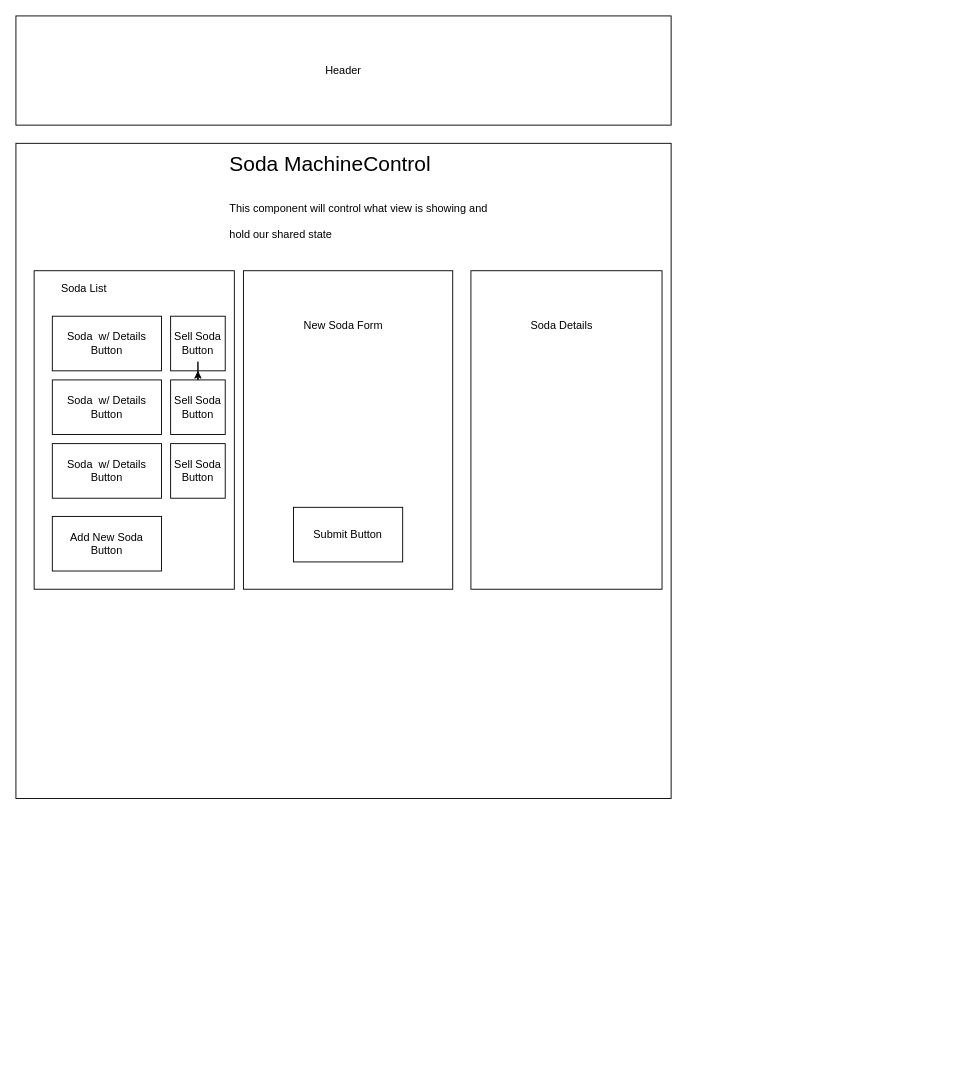
The draw.io diagram ReactJs.TheBubbleRoom.drawio in FaisalRana/ReactJs.TheBubbleRoom, before the edit. Source tidied: cells renumbered, new cells numbered last; positions are measured from the earlier drawing's top-left corner, leaving out a move shared by most shapes. Both pictures are drawn from the tidied source at 91%, with x=0, y=0 at pixel (15, 15).
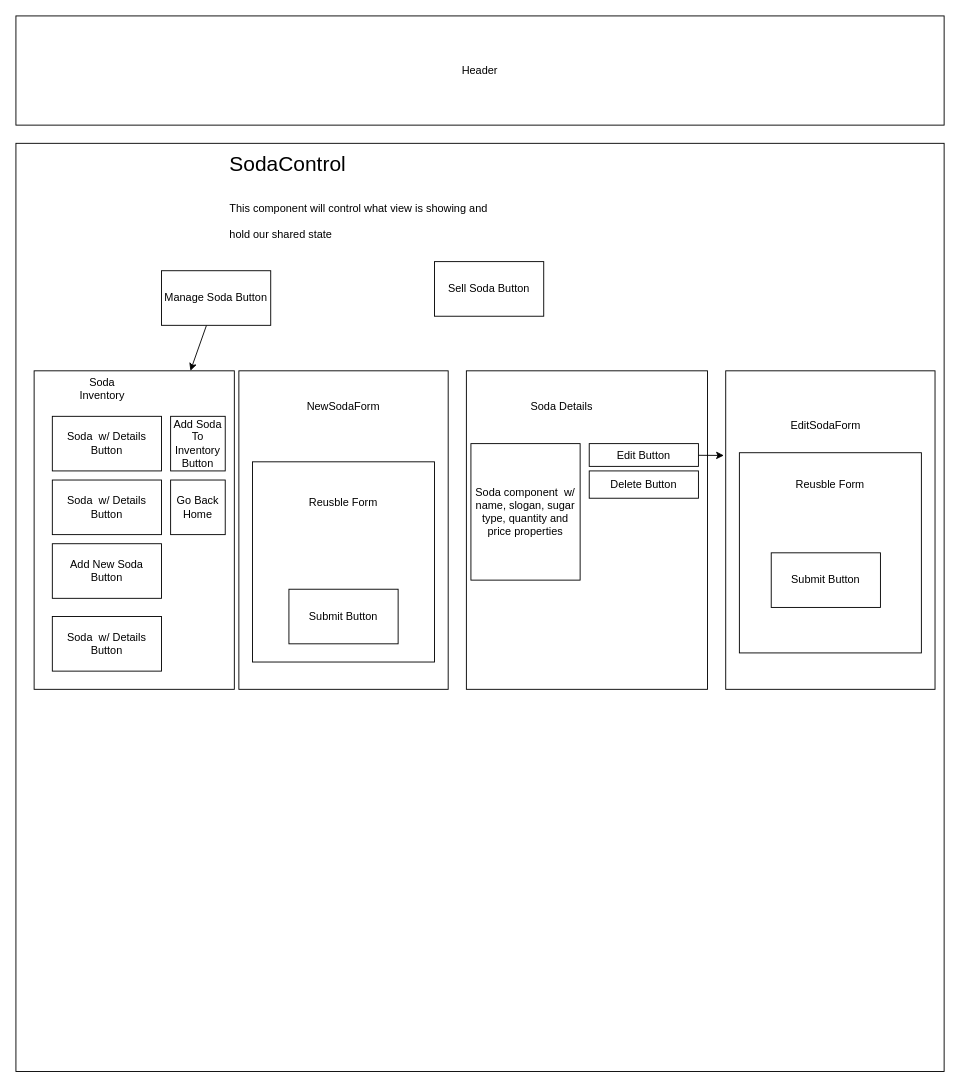
After the change.

Change to the diagram source:
```diff
@@
     <mxCell id="2" value="Header&lt;br&gt;" style="rounded=0;whiteSpace=wrap;html=1;" parent="1" vertex="1">
-      <mxGeometry width="720" height="120" as="geometry" />
+      <mxGeometry width="1020" height="120" as="geometry" />
     </mxCell>
     <mxCell id="3" style="whiteSpace=wrap;html=1;align=left;" parent="1" vertex="1">
-      <mxGeometry y="140" width="720" height="720" as="geometry" />
+      <mxGeometry y="140" width="1020" height="1020" as="geometry" />
     </mxCell>
     <mxCell id="4" style="rounded=0;whiteSpace=wrap;html=1;" parent="1" vertex="1">
-      <mxGeometry x="20" y="280" width="220" height="350" as="geometry" />
+      <mxGeometry x="20" y="390" width="220" height="350" as="geometry" />
     </mxCell>
-    <mxCell id="5" value="Soda List&lt;br&gt;" style="text;html=1;strokeColor=none;fillColor=none;align=center;verticalAlign=middle;whiteSpace=wrap;rounded=0;" parent="1" vertex="1">
-      <mxGeometry x="40" y="290" width="70" height="20" as="geometry" />
+    <mxCell id="5" value="Soda Inventory&lt;br&gt;" style="text;html=1;strokeColor=none;fillColor=none;align=center;verticalAlign=middle;whiteSpace=wrap;rounded=0;" parent="1" vertex="1">
+      <mxGeometry x="60" y="400" width="70" height="20" as="geometry" />
     </mxCell>
     <mxCell id="6" value="Soda &amp;nbsp;w/ Details Button" style="rounded=0;whiteSpace=wrap;html=1;" parent="1" vertex="1">
-      <mxGeometry x="40" y="330" width="120" height="60" as="geometry" />
+      <mxGeometry x="40" y="660" width="120" height="60" as="geometry" />
     </mxCell>
     <mxCell id="7" value="Soda &amp;nbsp;w/ Details Button" style="rounded=0;whiteSpace=wrap;html=1;" parent="1" vertex="1">
-      <mxGeometry x="40" y="400" width="120" height="60" as="geometry" />
+      <mxGeometry x="40" y="440" width="120" height="60" as="geometry" />
     </mxCell>
     <mxCell id="8" value="Soda &amp;nbsp;w/ Details Button" style="rounded=0;whiteSpace=wrap;html=1;" parent="1" vertex="1">
-      <mxGeometry x="40" y="470" width="120" height="60" as="geometry" />
+      <mxGeometry x="40" y="510" width="120" height="60" as="geometry" />
     </mxCell>
     <mxCell id="9" value="Add New Soda Button&lt;br&gt;" style="rounded=0;whiteSpace=wrap;html=1;" parent="1" vertex="1">
-      <mxGeometry x="40" y="550" width="120" height="60" as="geometry" />
+      <mxGeometry x="40" y="580" width="120" height="60" as="geometry" />
     </mxCell>
-    <mxCell id="10" style="rounded=0;whiteSpace=wrap;html=1;" parent="1" vertex="1">
-      <mxGeometry x="250" y="280" width="230" height="350" as="geometry" />
+    <mxCell id="10" style="rounded=0;whiteSpace=wrap;html=1;shadow=0;" parent="1" vertex="1">
+      <mxGeometry x="245" y="390" width="230" height="350" as="geometry" />
     </mxCell>
-    <mxCell id="11" value="New Soda Form&lt;br&gt;" style="text;html=1;strokeColor=none;fillColor=none;align=center;verticalAlign=middle;whiteSpace=wrap;rounded=0;" parent="1" vertex="1">
-      <mxGeometry x="300" y="300" width="120" height="80" as="geometry" />
+    <mxCell id="11" value="NewSodaForm" style="text;html=1;strokeColor=none;fillColor=none;align=center;verticalAlign=middle;whiteSpace=wrap;rounded=0;" parent="1" vertex="1">
+      <mxGeometry x="300" y="390" width="120" height="80" as="geometry" />
     </mxCell>
     <mxCell id="12" style="rounded=0;whiteSpace=wrap;html=1;" parent="1" vertex="1">
-      <mxGeometry x="500" y="280" width="210" height="350" as="geometry" />
+      <mxGeometry x="495" y="390" width="265" height="350" as="geometry" />
     </mxCell>
     <mxCell id="13" value="Soda Details&lt;br&gt;" style="text;html=1;strokeColor=none;fillColor=none;align=center;verticalAlign=middle;whiteSpace=wrap;rounded=0;" parent="1" vertex="1">
-      <mxGeometry x="520" y="310" width="160" height="60" as="geometry" />
+      <mxGeometry x="520" y="400" width="160" height="60" as="geometry" />
     </mxCell>
-    <mxCell id="14" value="Submit Button&lt;br&gt;" style="rounded=0;whiteSpace=wrap;html=1;" parent="1" vertex="1">
-      <mxGeometry x="305" y="540" width="120" height="60" as="geometry" />
+    <mxCell id="14" style="rounded=0;whiteSpace=wrap;html=1;align=center;" parent="1" vertex="1">
+      <mxGeometry x="260" y="490" width="200" height="220" as="geometry" />
     </mxCell>
-    <mxCell id="15" value="&lt;span style=&quot;font-size: 23px ; text-align: center&quot;&gt;Soda MachineControl&lt;/span&gt;&lt;h1&gt;&lt;span style=&quot;font-size: 12px ; font-weight: normal&quot;&gt;This component will control what view is showing and hold our shared state&lt;/span&gt;&lt;br&gt;&lt;/h1&gt;&lt;div&gt;&lt;span style=&quot;font-size: 12px ; font-weight: normal&quot;&gt;&lt;br&gt;&lt;/span&gt;&lt;/div&gt;" style="text;html=1;strokeColor=none;fillColor=none;spacing=5;spacingTop=-20;whiteSpace=wrap;overflow=hidden;rounded=0;" parent="1" vertex="1">
+    <mxCell id="15" value="&lt;span style=&quot;font-size: 23px ; text-align: center&quot;&gt;SodaControl&lt;/span&gt;&lt;h1&gt;&lt;span style=&quot;font-size: 12px ; font-weight: normal&quot;&gt;This component will control what view is showing and hold our shared state&lt;/span&gt;&lt;br&gt;&lt;/h1&gt;&lt;div&gt;&lt;span style=&quot;font-size: 12px ; font-weight: normal&quot;&gt;&lt;br&gt;&lt;/span&gt;&lt;/div&gt;" style="text;html=1;strokeColor=none;fillColor=none;spacing=5;spacingTop=-20;whiteSpace=wrap;overflow=hidden;rounded=0;" parent="1" vertex="1">
       <mxGeometry x="230" y="160" width="300" height="100" as="geometry" />
     </mxCell>
-    <mxCell id="16" value="Sell Soda Button&lt;br&gt;" style="rounded=0;whiteSpace=wrap;html=1;" parent="1" vertex="1">
-      <mxGeometry x="170" y="330" width="60" height="60" as="geometry" />
-    </mxCell>
-    <mxCell id="17" style="edgeStyle=orthogonalEdgeStyle;rounded=0;jettySize=auto;html=1;" parent="1" edge="1" source="18" target="16">
-      <mxGeometry relative="1" as="geometry" />
-    </mxCell>
-    <mxCell id="18" value="Sell Soda Button&lt;br&gt;" style="rounded=0;whiteSpace=wrap;html=1;" parent="1" vertex="1">
-      <mxGeometry x="170" y="400" width="60" height="60" as="geometry" />
+    <mxCell id="18" value="Go Back Home" style="rounded=0;whiteSpace=wrap;html=1;" parent="1" vertex="1">
+      <mxGeometry x="170" y="510" width="60" height="60" as="geometry" />
     </mxCell>
-    <mxCell id="19" value="Sell Soda Button&lt;br&gt;" style="rounded=0;whiteSpace=wrap;html=1;" parent="1" vertex="1">
-      <mxGeometry x="170" y="470" width="60" height="60" as="geometry" />
+    <mxCell id="19" value="Add Soda To Inventory&lt;br&gt;Button" style="rounded=0;whiteSpace=wrap;html=1;" parent="1" vertex="1">
+      <mxGeometry x="170" y="440" width="60" height="60" as="geometry" />
     </mxCell>
+    <mxCell id="20" style="edgeStyle=none;rounded=0;jettySize=auto;html=1;" parent="1" edge="1" source="21" target="4">
+      <mxGeometry relative="1" as="geometry" />
+    </mxCell>
+    <mxCell id="21" value="Manage Soda Button" style="rounded=0;whiteSpace=wrap;html=1;" parent="1" vertex="1">
+      <mxGeometry x="160" y="280" width="120" height="60" as="geometry" />
+    </mxCell>
+    <mxCell id="16" value="Sell Soda Button" style="rounded=0;whiteSpace=wrap;html=1;" parent="1" vertex="1">
+      <mxGeometry x="460" y="270" width="120" height="60" as="geometry" />
+    </mxCell>
+    <mxCell id="22" value="Submit Button&lt;br&gt;" style="rounded=0;whiteSpace=wrap;html=1;" parent="1" vertex="1">
+      <mxGeometry x="300" y="630" width="120" height="60" as="geometry" />
+    </mxCell>
+    <mxCell id="23" value="Reusble Form" style="text;html=1;strokeColor=none;fillColor=none;align=center;verticalAlign=middle;whiteSpace=wrap;rounded=0;shadow=0;" parent="1" vertex="1">
+      <mxGeometry x="300" y="520" width="120" height="30" as="geometry" />
+    </mxCell>
+    <mxCell id="24" value="Soda component&amp;nbsp; w/ name, slogan, sugar type, quantity and price properties" style="rounded=0;whiteSpace=wrap;html=1;" parent="1" vertex="1">
+      <mxGeometry x="500" y="470" width="120" height="150" as="geometry" />
+    </mxCell>
+    <mxCell id="25" style="edgeStyle=none;rounded=0;jettySize=auto;html=1;" parent="1" edge="1" source="26">
+      <mxGeometry relative="1" as="geometry">
+        <mxPoint x="778" y="483" as="targetPoint" />
+      </mxGeometry>
+    </mxCell>
+    <mxCell id="26" value="Edit Button" style="rounded=0;whiteSpace=wrap;html=1;" parent="1" vertex="1">
+      <mxGeometry x="630" y="470" width="120" height="25" as="geometry" />
+    </mxCell>
+    <mxCell id="27" value="Delete Button" style="rounded=0;whiteSpace=wrap;html=1;" parent="1" vertex="1">
+      <mxGeometry x="630" y="500" width="120" height="30" as="geometry" />
+    </mxCell>
+    <mxCell id="28" style="rounded=0;whiteSpace=wrap;html=1;shadow=0;" parent="1" vertex="1">
+      <mxGeometry x="780" y="390" width="230" height="350" as="geometry" />
+    </mxCell>
+    <mxCell id="29" value="EditSodaForm" style="text;html=1;strokeColor=none;fillColor=none;align=center;verticalAlign=middle;whiteSpace=wrap;rounded=0;" parent="1" vertex="1">
+      <mxGeometry x="830" y="410" width="120" height="80" as="geometry" />
+    </mxCell>
+    <mxCell id="30" style="rounded=0;whiteSpace=wrap;html=1;align=center;" parent="1" vertex="1">
+      <mxGeometry x="795" y="480" width="200" height="220" as="geometry" />
+    </mxCell>
+    <mxCell id="31" value="Reusble Form" style="text;html=1;strokeColor=none;fillColor=none;align=center;verticalAlign=middle;whiteSpace=wrap;rounded=0;shadow=0;" parent="1" vertex="1">
+      <mxGeometry x="835" y="500" width="120" height="30" as="geometry" />
+    </mxCell>
+    <mxCell id="32" value="Submit Button&lt;br&gt;" style="rounded=0;whiteSpace=wrap;html=1;" parent="1" vertex="1">
+      <mxGeometry x="830" y="590" width="120" height="60" as="geometry" />
+    </mxCell>
```
